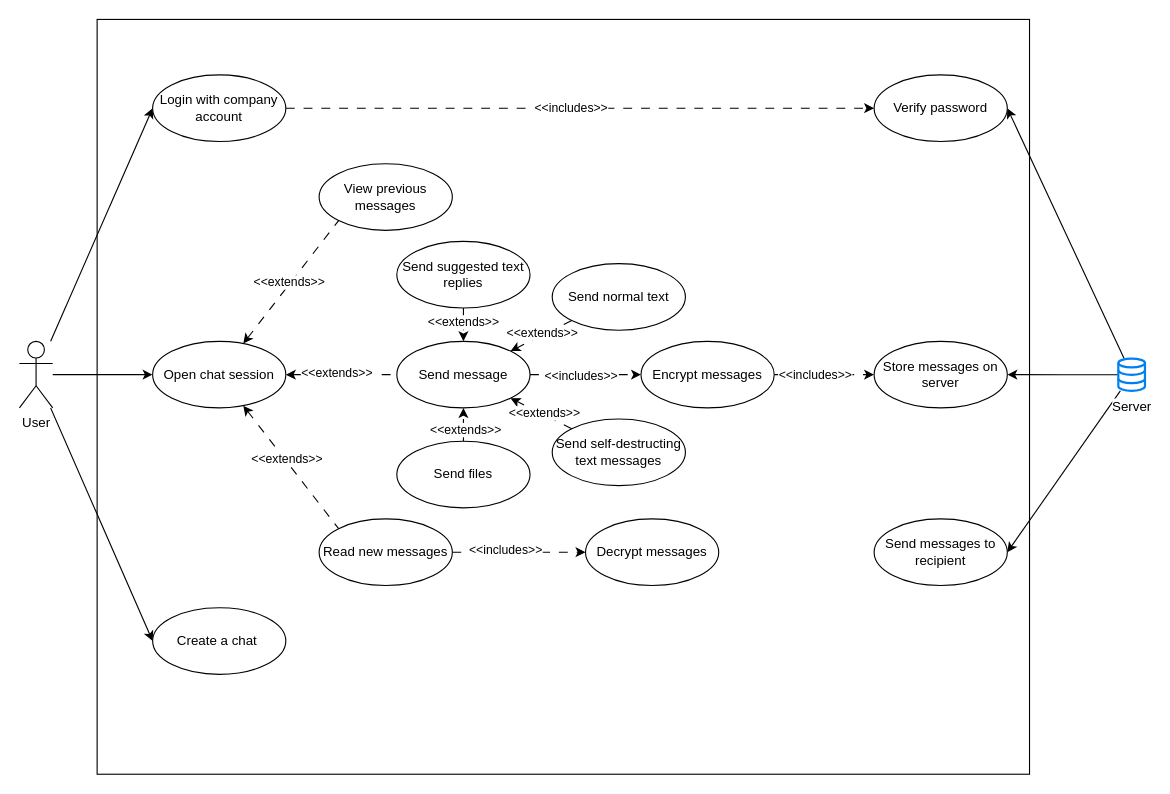
SumanyaG/3A04 keeps this draw.io diagram as D1/figures/usecase.drawio. Above is the earlier version. Source tidied: cells renumbered, new cells numbered last; positions are measured from the earlier drawing's top-left corner, leaving out a move shared by most shapes. Both pictures are drawn from the tidied source at 111%, with x=0, y=0 at pixel (19, 19).
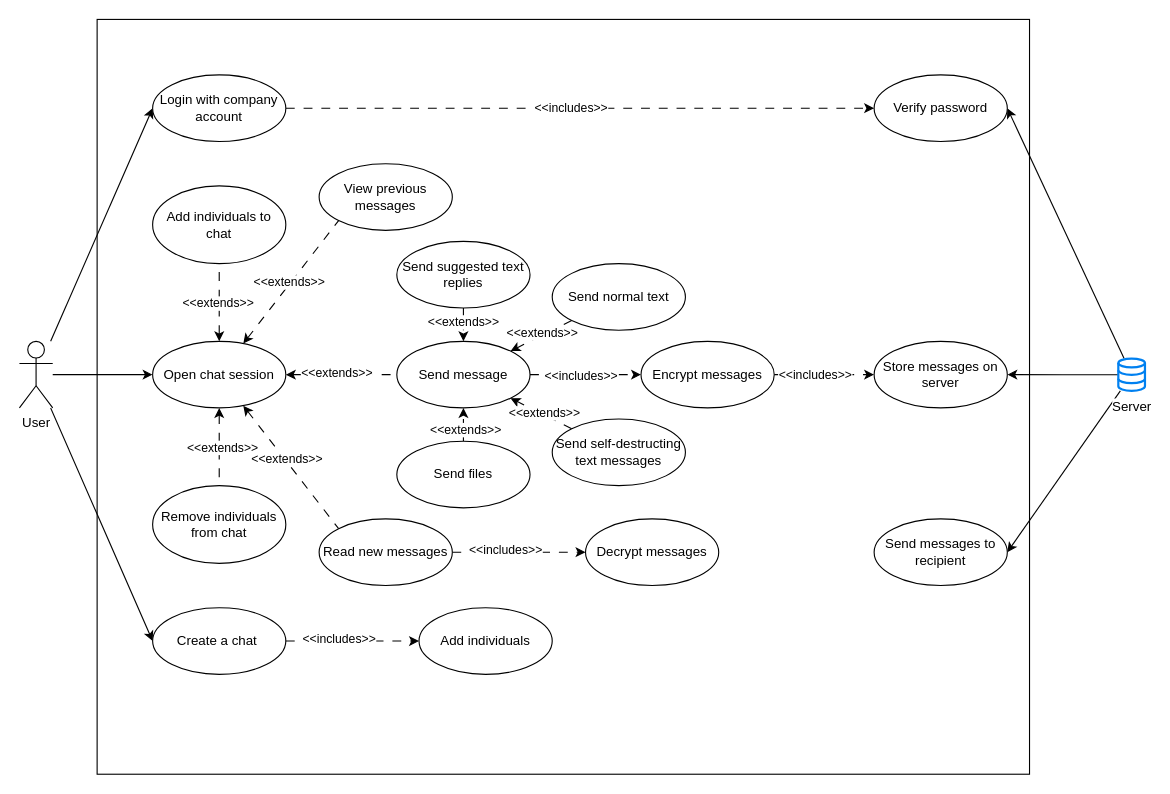
The same page after the edit.

Commit message (it also covers changes not shown here):
Include add and remove individuals from chat to use case

The change refers to these unchanged cells:
```xml
<mxCell id="21" value="Open chat session" style="ellipse;whiteSpace=wrap;html=1;" parent="1" vertex="1">
  <mxGeometry x="120" y="290" width="120" height="60" as="geometry" />
</mxCell>
<mxCell id="38" value="Create a chat&amp;nbsp;" style="ellipse;whiteSpace=wrap;html=1;" parent="1" vertex="1">
  <mxGeometry x="120" y="530" width="120" height="60" as="geometry" />
</mxCell>
```

Diff of the diagram source:
```diff
@@
+    <mxCell id="48" value="Add individuals to chat" style="ellipse;whiteSpace=wrap;html=1;" parent="1" vertex="1">
+      <mxGeometry x="120" y="150" width="120" height="70" as="geometry" />
+    </mxCell>
+    <mxCell id="49" value="Remove individuals from chat" style="ellipse;whiteSpace=wrap;html=1;" parent="1" vertex="1">
+      <mxGeometry x="120" y="420" width="120" height="70" as="geometry" />
+    </mxCell>
+    <mxCell id="50" style="rounded=0;jettySize=auto;html=1;entryX=0.5;entryY=1;entryDx=0;entryDy=0;dashed=1;dashPattern=8 8;startArrow=classic;startFill=1;endArrow=none;endFill=0;exitX=0.5;exitY=0;exitDx=0;exitDy=0;" parent="1" edge="1" source="21" target="48">
+      <mxGeometry relative="1" as="geometry" />
+    </mxCell>
+    <mxCell id="51" value="&amp;lt;&amp;lt;extends&amp;gt;&amp;gt;" style="edgeLabel;html=1;align=center;verticalAlign=middle;" parent="50" vertex="1">
+      <mxGeometry x="-0.01" y="2" relative="1" as="geometry" />
+    </mxCell>
+    <mxCell id="52" style="rounded=0;jettySize=auto;html=1;entryX=0.5;entryY=0;entryDx=0;entryDy=0;dashed=1;dashPattern=8 8;startArrow=classic;startFill=1;endArrow=none;endFill=0;exitX=0.5;exitY=1;exitDx=0;exitDy=0;" parent="1" edge="1" source="21" target="49">
+      <mxGeometry relative="1" as="geometry" />
+    </mxCell>
+    <mxCell id="53" value="&amp;lt;&amp;lt;extends&amp;gt;&amp;gt;" style="edgeLabel;html=1;align=center;verticalAlign=middle;" parent="52" vertex="1">
+      <mxGeometry x="-0.01" y="2" relative="1" as="geometry" />
+    </mxCell>
+    <mxCell id="54" value="Add individuals" style="ellipse;whiteSpace=wrap;html=1;" parent="1" vertex="1">
+      <mxGeometry x="360" y="530" width="120" height="60" as="geometry" />
+    </mxCell>
+    <mxCell id="55" style="edgeStyle=orthogonalEdgeStyle;rounded=0;jettySize=auto;html=1;dashed=1;dashPattern=8 8;exitX=1;exitY=0.5;exitDx=0;exitDy=0;" parent="1" edge="1" source="38" target="54">
+      <mxGeometry relative="1" as="geometry" />
+    </mxCell>
+    <mxCell id="56" value="&amp;lt;&amp;lt;includes&amp;gt;&amp;gt;" style="edgeLabel;html=1;align=center;verticalAlign=middle;" parent="55" vertex="1">
+      <mxGeometry x="-0.21" y="3" relative="1" as="geometry" />
+    </mxCell>
```
